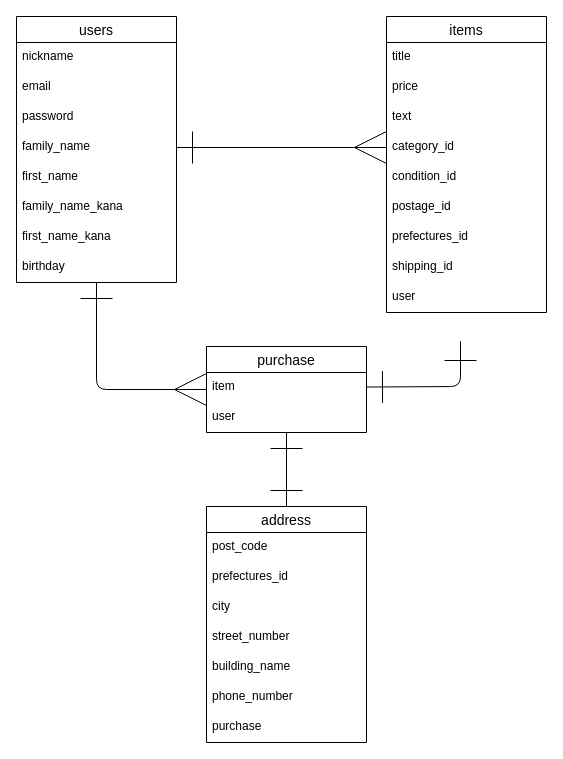
This is ER.dio from o-moridon/furima-39741, a draw.io file, before an edit. Source tidied: cells renumbered, new cells numbered last; positions are measured from the earlier drawing's top-left corner, leaving out a move shared by most shapes. Both pictures are drawn from the tidied source at 100%, with x=0, y=0 at pixel (16, 16).
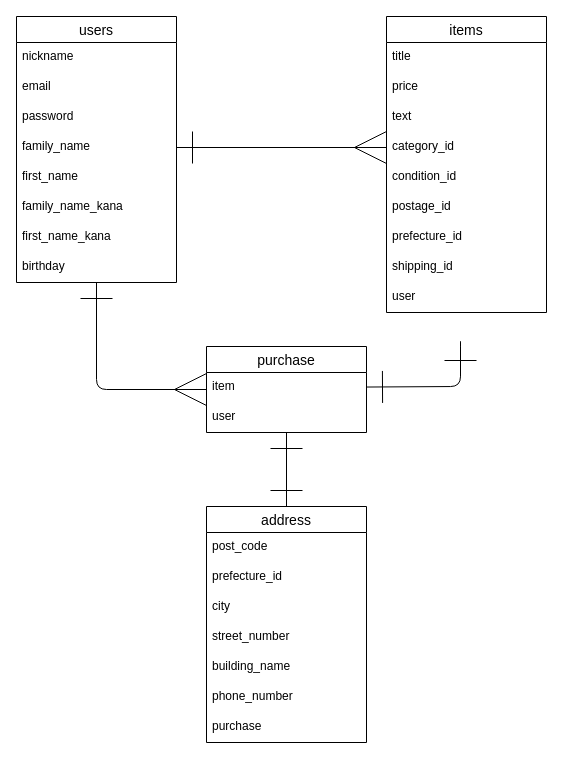
The same diagram, later.

The change refers to these unchanged cells:
```xml
<mxCell id="13" value="items" style="swimlane;fontStyle=0;horizontal=1;startSize=26;align=center;fontSize=14;" parent="1" vertex="1">
  <mxGeometry x="370" width="160" height="296" as="geometry" />
</mxCell>
<mxCell id="28" value="address" style="swimlane;fontStyle=0;horizontal=1;startSize=26;align=center;fontSize=14;" parent="1" vertex="1">
  <mxGeometry x="190" y="490" width="160" height="236" as="geometry" />
</mxCell>
```

Diff of the diagram source:
```diff
@@
-    <mxCell id="20" value="prefectures_id" style="text;strokeColor=none;fillColor=none;spacingLeft=4;spacingRight=4;overflow=hidden;fontSize=12;" parent="13" vertex="1">
+    <mxCell id="20" value="prefecture_id" style="text;strokeColor=none;fillColor=none;spacingLeft=4;spacingRight=4;overflow=hidden;fontSize=12;" parent="13" vertex="1">
       <mxGeometry y="206" width="160" height="30" as="geometry" />
     </mxCell>
@@
-    <mxCell id="30" value="prefectures_id" style="text;strokeColor=none;fillColor=none;spacingLeft=4;spacingRight=4;overflow=hidden;fontSize=12;" parent="28" vertex="1">
+    <mxCell id="30" value="prefecture_id" style="text;strokeColor=none;fillColor=none;spacingLeft=4;spacingRight=4;overflow=hidden;fontSize=12;" parent="28" vertex="1">
       <mxGeometry y="56" width="160" height="30" as="geometry" />
     </mxCell>
```
